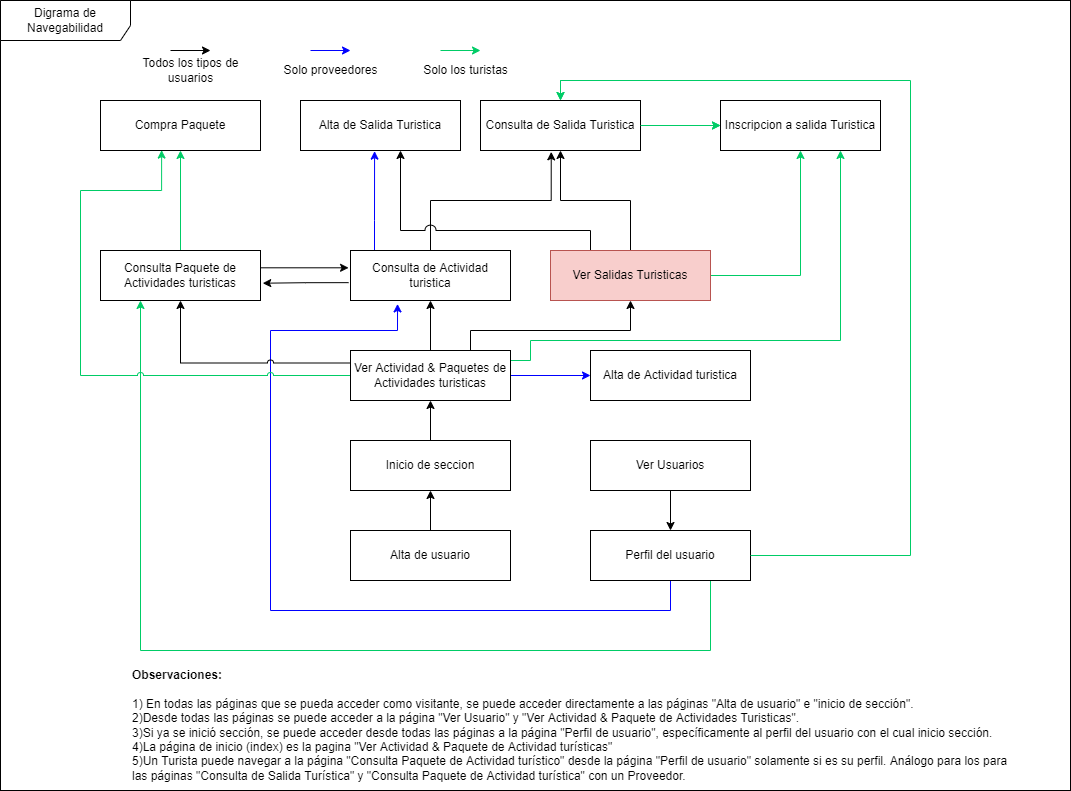
Above: docs/Iteración 2/Navegabilidades/propuesta digrama navegavilidad daniel.png in FacundoDiaz00/Taller-de-Programaci-n (draw.io), before the change. Source tidied: cells renumbered, new cells last; positions are measured from the earlier drawing's top-left corner, leaving out a move shared by most shapes.
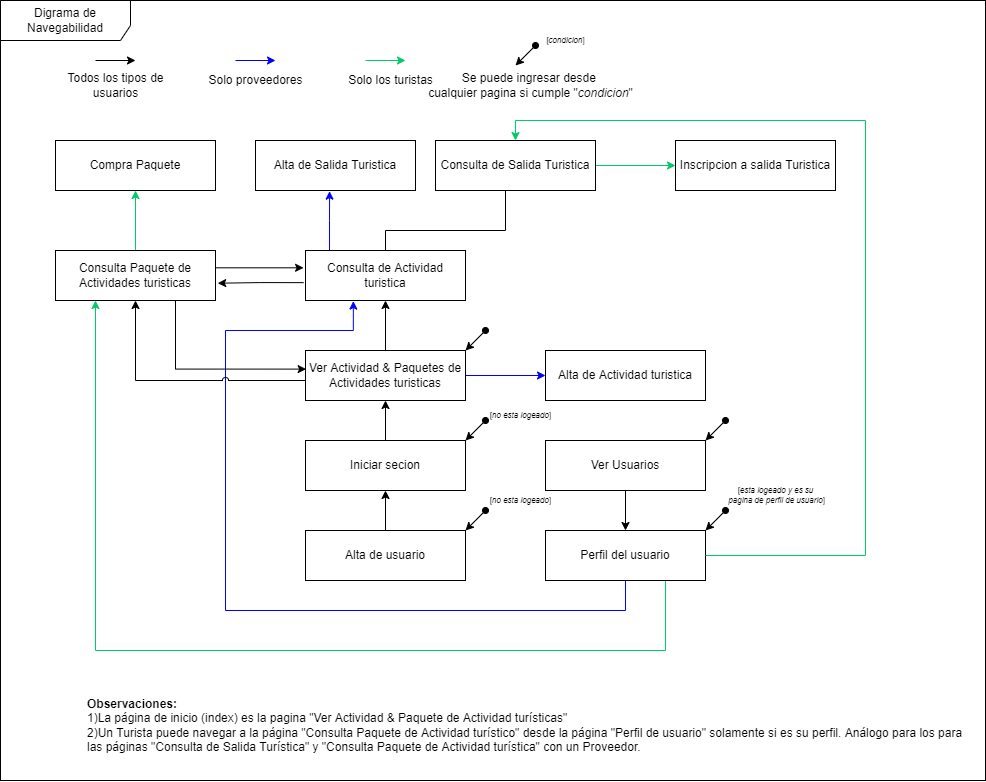
After the commit.

Commit message:
mejora en el digrama

Change to the diagram source:
```diff
@@ -3,15 +3,18 @@
     <mxCell id="0" />
     <mxCell id="1" parent="0" />
     <mxCell id="2" style="rounded=0;whiteSpace=wrap;html=1;" parent="1" vertex="1">
-      <mxGeometry width="1070" height="790" as="geometry" />
+      <mxGeometry x="45" width="985" height="780" as="geometry" />
     </mxCell>
+    <mxCell id="46" value="Digrama de Navegabilidad" style="shape=umlFrame;whiteSpace=wrap;html=1;width=130;height=40;" parent="1" vertex="1">
+      <mxGeometry x="45" width="985" height="780" as="geometry" />
+    </mxCell>
-    <mxCell id="3" style="edgeStyle=orthogonalEdgeStyle;rounded=0;jumpStyle=arc;jumpSize=11;jettySize=auto;html=1;entryX=0.294;entryY=1.068;entryDx=0;entryDy=0;entryPerimeter=0;exitX=0.5;exitY=1;exitDx=0;exitDy=0;strokeColor=#0000FF;" parent="1" edge="1" source="36" target="19">
+    <mxCell id="3" style="edgeStyle=orthogonalEdgeStyle;rounded=0;jumpStyle=arc;jumpSize=11;jettySize=auto;html=1;entryX=0.299;entryY=1.012;entryDx=0;entryDy=0;entryPerimeter=0;exitX=0.5;exitY=1;exitDx=0;exitDy=0;strokeColor=#0000FF;" parent="1" edge="1" source="36" target="19">
       <mxGeometry relative="1" as="geometry">
         <Array as="points">
           <mxPoint x="670" y="610" />
           <mxPoint x="270" y="610" />
           <mxPoint x="270" y="330" />
-          <mxPoint x="397" y="330" />
+          <mxPoint x="398" y="330" />
         </Array>
       </mxGeometry>
     </mxCell>
@@ -23,48 +26,27 @@
         </Array>
       </mxGeometry>
     </mxCell>
-    <mxCell id="5" style="edgeStyle=orthogonalEdgeStyle;rounded=0;jettySize=auto;html=1;entryX=0.382;entryY=0.992;entryDx=0;entryDy=0;entryPerimeter=0;jumpStyle=arc;strokeColor=#00CC66;" parent="1" edge="1" source="11" target="23">
-      <mxGeometry relative="1" as="geometry">
-        <Array as="points">
-          <mxPoint x="80" y="375" />
-          <mxPoint x="80" y="190" />
-          <mxPoint x="161" y="190" />
-        </Array>
-      </mxGeometry>
-    </mxCell>
     <mxCell id="6" style="edgeStyle=orthogonalEdgeStyle;rounded=0;jettySize=auto;html=1;entryX=0.5;entryY=1;entryDx=0;entryDy=0;exitX=0;exitY=0.25;exitDx=0;exitDy=0;jumpStyle=arc;" parent="1" edge="1" source="11" target="22">
-      <mxGeometry relative="1" as="geometry" />
+      <mxGeometry relative="1" as="geometry">
+        <Array as="points">
+          <mxPoint x="350" y="380" />
+          <mxPoint x="180" y="380" />
+        </Array>
+      </mxGeometry>
     </mxCell>
     <mxCell id="7" style="edgeStyle=orthogonalEdgeStyle;rounded=0;jettySize=auto;html=1;entryX=0.5;entryY=1;entryDx=0;entryDy=0;" parent="1" edge="1" source="11" target="19">
       <mxGeometry relative="1" as="geometry" />
     </mxCell>
-    <mxCell id="8" style="edgeStyle=orthogonalEdgeStyle;rounded=0;jettySize=auto;html=1;exitX=0.75;exitY=0;exitDx=0;exitDy=0;entryX=0.5;entryY=1;entryDx=0;entryDy=0;" parent="1" edge="1" source="11" target="29">
-      <mxGeometry relative="1" as="geometry">
-        <Array as="points">
-          <mxPoint x="470" y="330" />
-          <mxPoint x="630" y="330" />
-        </Array>
-      </mxGeometry>
-    </mxCell>
     <mxCell id="9" style="edgeStyle=orthogonalEdgeStyle;rounded=0;jettySize=auto;html=1;entryX=0;entryY=0.5;entryDx=0;entryDy=0;strokeColor=#0000FF;" parent="1" edge="1" source="11" target="31">
       <mxGeometry relative="1" as="geometry" />
     </mxCell>
-    <mxCell id="10" style="edgeStyle=orthogonalEdgeStyle;rounded=0;jettySize=auto;html=1;entryX=0.75;entryY=1;entryDx=0;entryDy=0;strokeColor=#00CC66;" parent="1" edge="1" source="11" target="30">
-      <mxGeometry relative="1" as="geometry">
-        <Array as="points">
-          <mxPoint x="530" y="360" />
-          <mxPoint x="530" y="340" />
-          <mxPoint x="840" y="340" />
-        </Array>
-      </mxGeometry>
-    </mxCell>
     <mxCell id="11" value="Ver Actividad &amp;amp; Paquetes de Actividades turisticas" style="rounded=0;whiteSpace=wrap;html=1;" parent="1" vertex="1">
       <mxGeometry x="350" y="350" width="160" height="50" as="geometry" />
     </mxCell>
     <mxCell id="12" style="edgeStyle=orthogonalEdgeStyle;rounded=0;jettySize=auto;html=1;" parent="1" edge="1" source="13" target="11">
       <mxGeometry relative="1" as="geometry" />
     </mxCell>
-    <mxCell id="13" value="Inicio de seccion" style="rounded=0;whiteSpace=wrap;html=1;" parent="1" vertex="1">
+    <mxCell id="13" value="Iniciar secion" style="rounded=0;whiteSpace=wrap;html=1;" parent="1" vertex="1">
       <mxGeometry x="350" y="440" width="160" height="50" as="geometry" />
     </mxCell>
     <mxCell id="14" style="edgeStyle=orthogonalEdgeStyle;rounded=0;jettySize=auto;html=1;entryX=0.5;entryY=1;entryDx=0;entryDy=0;" parent="1" edge="1" source="15" target="13">
@@ -79,8 +61,8 @@
     <mxCell id="17" style="edgeStyle=orthogonalEdgeStyle;rounded=0;jettySize=auto;html=1;entryX=0.442;entryY=1.027;entryDx=0;entryDy=0;entryPerimeter=0;jumpStyle=arc;jumpSize=11;" parent="1" edge="1" source="19" target="25">
       <mxGeometry relative="1" as="geometry">
         <Array as="points">
-          <mxPoint x="430" y="200" />
-          <mxPoint x="550" y="200" />
+          <mxPoint x="430" y="230" />
+          <mxPoint x="550" y="230" />
           <mxPoint x="550" y="151" />
         </Array>
       </mxGeometry>
@@ -102,43 +84,29 @@
     <mxCell id="21" style="edgeStyle=orthogonalEdgeStyle;rounded=0;jettySize=auto;html=1;exitX=1.004;exitY=0.346;exitDx=0;exitDy=0;exitPerimeter=0;entryX=-0.012;entryY=0.346;entryDx=0;entryDy=0;entryPerimeter=0;" parent="1" edge="1" source="22" target="19">
       <mxGeometry relative="1" as="geometry" />
     </mxCell>
+    <mxCell id="47" style="edgeStyle=orthogonalEdgeStyle;rounded=0;jettySize=auto;html=1;entryX=0.004;entryY=0.372;entryDx=0;entryDy=0;entryPerimeter=0;strokeColor=#000000;exitX=0.75;exitY=1;exitDx=0;exitDy=0;" parent="1" edge="1" source="22" target="11">
+      <mxGeometry relative="1" as="geometry" />
+    </mxCell>
     <mxCell id="22" value="Consulta Paquete de Actividades turisticas" style="rounded=0;whiteSpace=wrap;html=1;" parent="1" vertex="1">
       <mxGeometry x="100" y="250" width="160" height="50" as="geometry" />
     </mxCell>
     <mxCell id="23" value="Compra Paquete" style="rounded=0;whiteSpace=wrap;html=1;" parent="1" vertex="1">
-      <mxGeometry x="100" y="100" width="160" height="50" as="geometry" />
+      <mxGeometry x="100" y="140" width="160" height="50" as="geometry" />
     </mxCell>
-    <mxCell id="24" style="edgeStyle=orthogonalEdgeStyle;rounded=0;jettySize=auto;html=1;dashed=1;strokeColor=#00CC66;" parent="1" edge="1" source="25" target="30">
+    <mxCell id="24" style="edgeStyle=orthogonalEdgeStyle;rounded=0;jettySize=auto;html=1;strokeColor=#00CC66;" parent="1" edge="1" source="25" target="30">
       <mxGeometry relative="1" as="geometry" />
     </mxCell>
     <mxCell id="25" value="Consulta de Salida Turistica" style="rounded=0;whiteSpace=wrap;html=1;" parent="1" vertex="1">
-      <mxGeometry x="480" y="100" width="160" height="50" as="geometry" />
+      <mxGeometry x="480" y="140" width="160" height="50" as="geometry" />
     </mxCell>
-    <mxCell id="26" style="edgeStyle=orthogonalEdgeStyle;rounded=0;jettySize=auto;html=1;entryX=0.5;entryY=1;entryDx=0;entryDy=0;" parent="1" edge="1" source="29" target="25">
-      <mxGeometry relative="1" as="geometry" />
-    </mxCell>
-    <mxCell id="27" style="edgeStyle=orthogonalEdgeStyle;rounded=0;jettySize=auto;html=1;strokeColor=#00CC66;" parent="1" edge="1" source="29" target="30">
-      <mxGeometry relative="1" as="geometry" />
-    </mxCell>
-    <mxCell id="28" style="edgeStyle=orthogonalEdgeStyle;rounded=0;jettySize=auto;html=1;exitX=0.25;exitY=0;exitDx=0;exitDy=0;jumpStyle=arc;jumpSize=11;" parent="1" edge="1" source="29" target="32">
-      <mxGeometry relative="1" as="geometry">
-        <Array as="points">
-          <mxPoint x="590" y="230" />
-          <mxPoint x="400" y="230" />
-        </Array>
-      </mxGeometry>
-    </mxCell>
-    <mxCell id="29" value="Ver Salidas Turisticas" style="rounded=0;whiteSpace=wrap;html=1;fillColor=#f8cecc;strokeColor=#b85450;" parent="1" vertex="1">
-      <mxGeometry x="550" y="250" width="160" height="50" as="geometry" />
-    </mxCell>
     <mxCell id="30" value="Inscripcion a salida Turistica" style="rounded=0;whiteSpace=wrap;html=1;" parent="1" vertex="1">
-      <mxGeometry x="720" y="100" width="160" height="50" as="geometry" />
+      <mxGeometry x="720" y="140" width="160" height="50" as="geometry" />
     </mxCell>
     <mxCell id="31" value="Alta de Actividad turistica" style="rounded=0;whiteSpace=wrap;html=1;" parent="1" vertex="1">
       <mxGeometry x="590" y="350" width="160" height="50" as="geometry" />
     </mxCell>
     <mxCell id="32" value="Alta de Salida Turistica" style="rounded=0;whiteSpace=wrap;html=1;" parent="1" vertex="1">
-      <mxGeometry x="300" y="100" width="160" height="50" as="geometry" />
+      <mxGeometry x="300" y="140" width="160" height="50" as="geometry" />
     </mxCell>
     <mxCell id="33" style="edgeStyle=orthogonalEdgeStyle;rounded=0;jumpStyle=arc;jumpSize=11;jettySize=auto;html=1;" parent="1" edge="1" source="34" target="36">
       <mxGeometry relative="1" as="geometry" />
@@ -146,67 +114,98 @@
     <mxCell id="34" value="Ver Usuarios" style="rounded=0;whiteSpace=wrap;html=1;" parent="1" vertex="1">
       <mxGeometry x="590" y="440" width="160" height="50" as="geometry" />
     </mxCell>
-    <mxCell id="35" style="edgeStyle=orthogonalEdgeStyle;rounded=0;jumpStyle=arc;jumpSize=11;jettySize=auto;html=1;entryX=0.5;entryY=0;entryDx=0;entryDy=0;exitX=1;exitY=0.5;exitDx=0;exitDy=0;dashed=1;strokeColor=#00CC66;" parent="1" edge="1" source="36" target="25">
-      <mxGeometry relative="1" as="geometry">
-        <Array as="points">
-          <mxPoint x="910" y="555" />
-          <mxPoint x="910" y="80" />
-          <mxPoint x="560" y="80" />
-        </Array>
-      </mxGeometry>
-    </mxCell>
     <mxCell id="36" value="Perfil del usuario" style="rounded=0;whiteSpace=wrap;html=1;" parent="1" vertex="1">
       <mxGeometry x="590" y="530" width="160" height="50" as="geometry" />
     </mxCell>
-    <mxCell id="37" value="&lt;b&gt;Observaciones:&lt;/b&gt;&amp;nbsp;&lt;br&gt;&lt;div style=&quot;&quot;&gt;&lt;span style=&quot;background-color: initial;&quot;&gt;&lt;br&gt;&lt;/span&gt;&lt;/div&gt;&lt;div style=&quot;&quot;&gt;&lt;span style=&quot;background-color: initial;&quot;&gt;1)&amp;nbsp;&lt;/span&gt;&lt;span style=&quot;background-color: initial;&quot;&gt;En todas las páginas que se pueda acceder como visitante, se puede acceder directamente a las páginas &quot;Alta de usuario&quot; e &quot;inicio de sección&quot;.&lt;/span&gt;&lt;/div&gt;2)Desde todas las páginas se puede acceder a la página &quot;Ver Usuario&quot; y &quot;Ver Actividad &amp;amp; Paquete de Actividades Turisticas&quot;.&lt;br&gt;3)Si ya se inició sección, se puede acceder desde todas las páginas a la página &quot;Perfil de usuario&quot;, específicamente al perfil del usuario con el cual inicio sección.&lt;br&gt;4)La página de inicio (index) es la pagina &quot;Ver Actividad &amp;amp; Paquete de Actividad turísticas&quot;&lt;br&gt;5)Un Turista puede navegar a la página &quot;Consulta Paquete de Actividad turístico&quot; desde la página &quot;Perfil de usuario&quot; solamente si es su perfil. Análogo para los para &lt;br&gt;las páginas &quot;Consulta de Salida Turística&quot; y &quot;Consulta Paquete de Actividad turística&quot; con un Proveedor." style="text;html=1;align=left;verticalAlign=middle;strokeColor=none;fillColor=none;" parent="1" vertex="1">
-      <mxGeometry x="130" y="660" width="900" height="130" as="geometry" />
+    <mxCell id="37" value="&lt;b&gt;Observaciones:&lt;/b&gt;&amp;nbsp;&lt;br&gt;&lt;div style=&quot;&quot;&gt;&lt;/div&gt;1)La página de inicio (index) es la pagina &quot;Ver Actividad &amp;amp; Paquete de Actividad turísticas&quot;&lt;br&gt;2)Un Turista puede navegar a la página &quot;Consulta Paquete de Actividad turístico&quot; desde la página &quot;Perfil de usuario&quot; solamente si es su perfil. Análogo para los para &lt;br&gt;las páginas &quot;Consulta de Salida Turística&quot; y &quot;Consulta Paquete de Actividad turística&quot; con un Proveedor." style="text;html=1;align=left;verticalAlign=middle;strokeColor=none;fillColor=none;" parent="1" vertex="1">
+      <mxGeometry x="130" y="690" width="900" height="70" as="geometry" />
     </mxCell>
     <mxCell id="38" style="edgeStyle=orthogonalEdgeStyle;rounded=0;orthogonalLoop=1;jettySize=auto;html=1;" parent="1" edge="1">
       <mxGeometry relative="1" as="geometry">
-        <mxPoint x="170" y="50" as="sourcePoint" />
-        <mxPoint x="210" y="50" as="targetPoint" />
+        <mxPoint x="140" y="60" as="sourcePoint" />
+        <mxPoint x="180" y="60" as="targetPoint" />
       </mxGeometry>
     </mxCell>
     <mxCell id="39" value="Todos los tipos de&lt;br&gt;usuarios" style="text;html=1;align=center;verticalAlign=middle;strokeColor=none;fillColor=none;" parent="1" vertex="1">
-      <mxGeometry x="130" y="50" width="120" height="40" as="geometry" />
+      <mxGeometry x="100" y="65" width="120" height="40" as="geometry" />
     </mxCell>
     <mxCell id="40" style="edgeStyle=orthogonalEdgeStyle;rounded=0;orthogonalLoop=1;jettySize=auto;html=1;strokeColor=#0000FF;" parent="1" edge="1">
       <mxGeometry relative="1" as="geometry">
-        <mxPoint x="310" y="50" as="sourcePoint" />
-        <mxPoint x="350" y="50" as="targetPoint" />
+        <mxPoint x="280" y="60" as="sourcePoint" />
+        <mxPoint x="320" y="60" as="targetPoint" />
       </mxGeometry>
     </mxCell>
     <mxCell id="41" value="Solo proveedores" style="text;html=1;align=center;verticalAlign=middle;strokeColor=none;fillColor=none;" parent="1" vertex="1">
-      <mxGeometry x="270" y="55" width="120" height="30" as="geometry" />
+      <mxGeometry x="240" y="65" width="120" height="30" as="geometry" />
     </mxCell>
     <mxCell id="42" style="edgeStyle=orthogonalEdgeStyle;rounded=0;orthogonalLoop=1;jettySize=auto;html=1;strokeColor=#00CC66;" parent="1" edge="1">
       <mxGeometry relative="1" as="geometry">
-        <mxPoint x="440" y="50" as="sourcePoint" />
-        <mxPoint x="480" y="50" as="targetPoint" />
+        <mxPoint x="410" y="60" as="sourcePoint" />
+        <mxPoint x="450" y="60" as="targetPoint" />
       </mxGeometry>
     </mxCell>
     <mxCell id="43" value="Solo los turistas" style="text;html=1;align=center;verticalAlign=middle;strokeColor=none;fillColor=none;" parent="1" vertex="1">
-      <mxGeometry x="410" y="55" width="110" height="30" as="geometry" />
+      <mxGeometry x="380" y="65" width="110" height="30" as="geometry" />
     </mxCell>
-    <mxCell id="44" style="edgeStyle=orthogonalEdgeStyle;rounded=0;jumpStyle=arc;jumpSize=11;orthogonalLoop=1;jettySize=auto;html=1;entryX=0.5;entryY=0;entryDx=0;entryDy=0;exitX=1;exitY=0.5;exitDx=0;exitDy=0;strokeColor=#00CC66;" parent="1" edge="1">
+    <mxCell id="44" style="edgeStyle=orthogonalEdgeStyle;rounded=0;jumpStyle=arc;jumpSize=11;jettySize=auto;html=1;entryX=0.5;entryY=0;entryDx=0;entryDy=0;exitX=1;exitY=0.5;exitDx=0;exitDy=0;strokeColor=#00CC66;" parent="1" edge="1" target="25">
       <mxGeometry relative="1" as="geometry">
         <mxPoint x="750" y="555" as="sourcePoint" />
-        <mxPoint x="560" y="100" as="targetPoint" />
         <Array as="points">
           <mxPoint x="910" y="555" />
-          <mxPoint x="910" y="80" />
-          <mxPoint x="560" y="80" />
+          <mxPoint x="910" y="120" />
+          <mxPoint x="560" y="120" />
         </Array>
       </mxGeometry>
     </mxCell>
-    <mxCell id="45" style="edgeStyle=orthogonalEdgeStyle;rounded=0;orthogonalLoop=1;jettySize=auto;html=1;strokeColor=#00CC66;" parent="1" edge="1">
-      <mxGeometry relative="1" as="geometry">
-        <mxPoint x="640" y="125" as="sourcePoint" />
-        <mxPoint x="720" y="125" as="targetPoint" />
-      </mxGeometry>
-    </mxCell>
-    <mxCell id="46" value="Digrama de Navegabilidad" style="shape=umlFrame;whiteSpace=wrap;html=1;width=130;height=40;" parent="1" vertex="1">
-      <mxGeometry width="1070" height="790" as="geometry" />
-    </mxCell>
+    <mxCell id="48" style="endArrow=classic;html=1;rounded=0;entryX=1;entryY=0;entryDx=0;entryDy=0;startArrow=oval;startFill=1;" parent="1" edge="1" target="13">
+      <mxGeometry relative="1" as="geometry">
+        <mxPoint x="530" y="420" as="sourcePoint" />
+      </mxGeometry>
+    </mxCell>
+    <mxCell id="49" style="endArrow=classic;html=1;rounded=0;entryX=1;entryY=0;entryDx=0;entryDy=0;startArrow=oval;startFill=1;" parent="1" edge="1">
+      <mxGeometry relative="1" as="geometry">
+        <mxPoint x="530" y="330" as="sourcePoint" />
+        <mxPoint x="510" y="350" as="targetPoint" />
+      </mxGeometry>
+    </mxCell>
+    <mxCell id="50" style="endArrow=classic;html=1;rounded=0;entryX=1;entryY=0;entryDx=0;entryDy=0;startArrow=oval;startFill=1;" parent="1" edge="1">
+      <mxGeometry relative="1" as="geometry">
+        <mxPoint x="530" y="510" as="sourcePoint" />
+        <mxPoint x="510" y="530" as="targetPoint" />
+      </mxGeometry>
+    </mxCell>
+    <mxCell id="51" style="endArrow=classic;html=1;rounded=0;entryX=1;entryY=0;entryDx=0;entryDy=0;startArrow=oval;startFill=1;" parent="1" edge="1">
+      <mxGeometry relative="1" as="geometry">
+        <mxPoint x="770" y="510" as="sourcePoint" />
+        <mxPoint x="750" y="530" as="targetPoint" />
+      </mxGeometry>
+    </mxCell>
+    <mxCell id="52" style="endArrow=classic;html=1;rounded=0;entryX=1;entryY=0;entryDx=0;entryDy=0;startArrow=oval;startFill=1;" parent="1" edge="1">
+      <mxGeometry relative="1" as="geometry">
+        <mxPoint x="770" y="420" as="sourcePoint" />
+        <mxPoint x="750" y="440" as="targetPoint" />
+      </mxGeometry>
+    </mxCell>
+    <mxCell id="53" style="endArrow=classic;html=1;rounded=0;entryX=1;entryY=0;entryDx=0;entryDy=0;startArrow=oval;startFill=1;" parent="1" edge="1">
+      <mxGeometry relative="1" as="geometry">
+        <mxPoint x="580" y="45" as="sourcePoint" />
+        <mxPoint x="560" y="65" as="targetPoint" />
+      </mxGeometry>
+    </mxCell>
+    <mxCell id="54" value="Se puede ingresar desde &lt;br&gt;cualquier pagina si cumple &quot;&lt;i&gt;condicion&lt;/i&gt;&quot;" style="text;html=1;align=center;verticalAlign=middle;strokeColor=none;fillColor=none;" parent="1" vertex="1">
+      <mxGeometry x="460" y="65" width="230" height="40" as="geometry" />
+    </mxCell>
+    <mxCell id="55" value="[&lt;i style=&quot;font-size: 8px;&quot;&gt;condicion&lt;/i&gt;]" style="text;html=1;align=center;verticalAlign=middle;strokeColor=none;fillColor=none;fontSize=8;" parent="1" vertex="1">
+      <mxGeometry x="580" y="30" width="60" height="20" as="geometry" />
+    </mxCell>
+    <mxCell id="56" value="[&lt;i style=&quot;font-size: 8px;&quot;&gt;no esta logeado&lt;/i&gt;]" style="text;html=1;align=center;verticalAlign=middle;strokeColor=none;fillColor=none;fontSize=8;" parent="1" vertex="1">
+      <mxGeometry x="525" y="405" width="80" height="20" as="geometry" />
+    </mxCell>
+    <mxCell id="57" value="[&lt;i style=&quot;font-size: 8px;&quot;&gt;no esta logeado&lt;/i&gt;]" style="text;html=1;align=center;verticalAlign=middle;strokeColor=none;fillColor=none;fontSize=8;" parent="1" vertex="1">
+      <mxGeometry x="525" y="490" width="80" height="20" as="geometry" />
+    </mxCell>
+    <mxCell id="58" value="[&lt;i style=&quot;font-size: 8px;&quot;&gt;esta logeado y es su&lt;br&gt;&amp;nbsp;pagina de perfil de usuario&lt;/i&gt;]" style="text;html=1;align=center;verticalAlign=middle;strokeColor=none;fillColor=none;fontSize=8;" parent="1" vertex="1">
+      <mxGeometry x="760" y="480" width="120" height="30" as="geometry" />
+    </mxCell>
   </root>
 </mxGraphModel>
```
